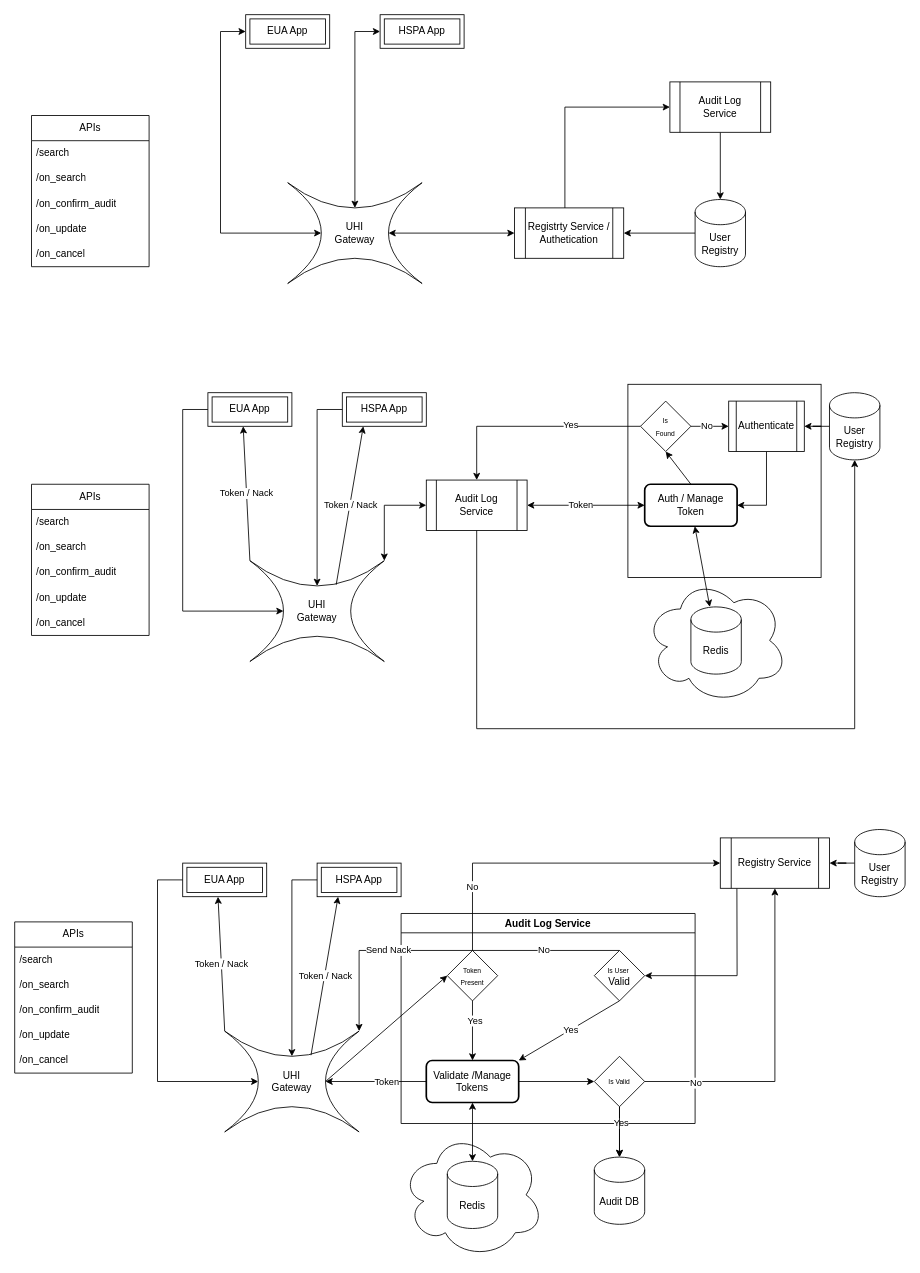
Above: Untitled Diagram.drawio in maddy23285/RomanianCoderExamples (draw.io), before the change. Source tidied: cells renumbered, new cells numbered last; positions are measured from the earlier drawing's top-left corner, leaving out a move shared by most shapes. Both pictures are drawn from the tidied source at 84%, with x=0, y=0 at pixel (14, 14).
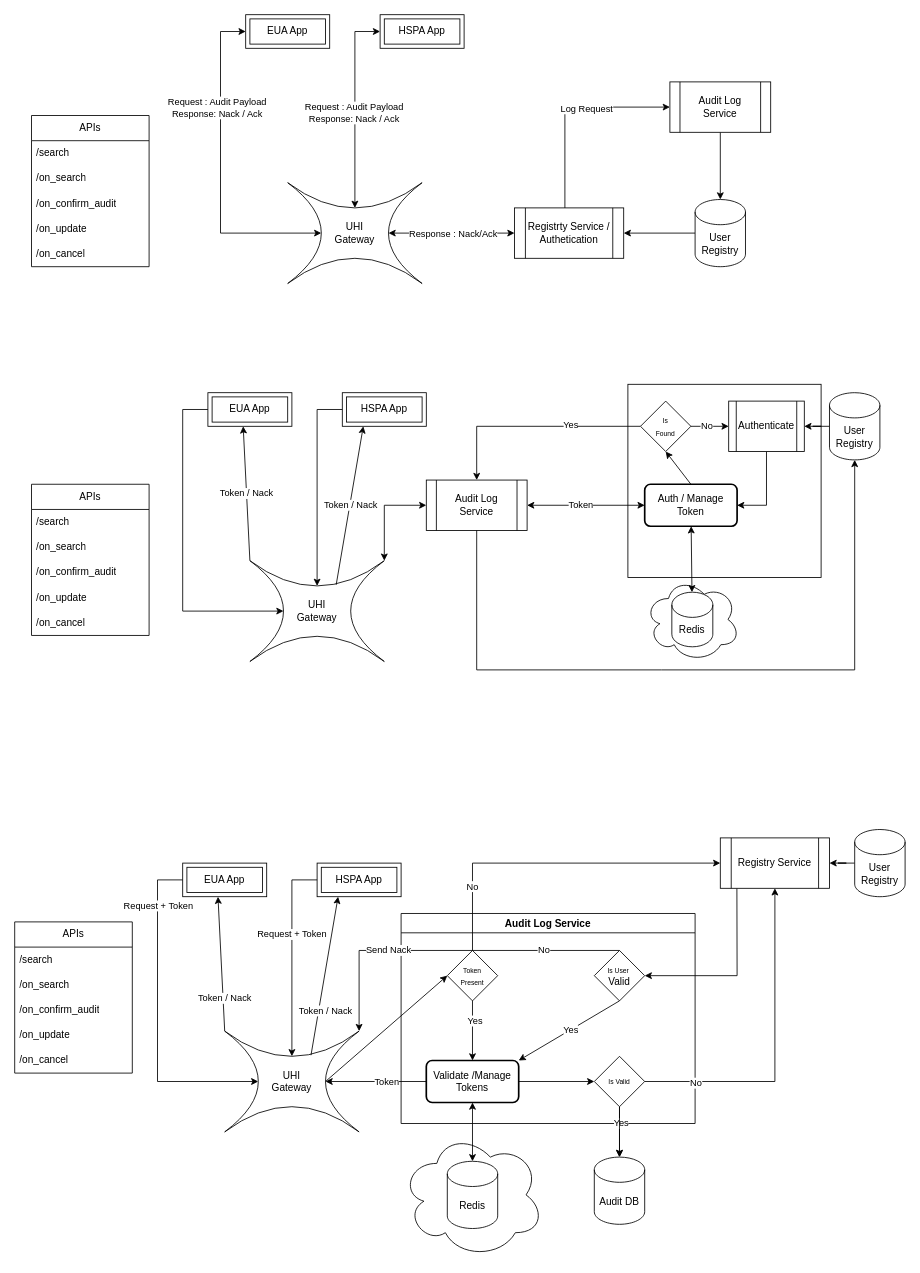
After the change.

The change refers to these unchanged cells:
```xml
<mxCell id="5" value="User Registry" style="shape=cylinder3;whiteSpace=wrap;html=1;boundedLbl=1;backgroundOutline=1;size=15;" parent="1" vertex="1">
  <mxGeometry x="970" y="450" width="60" height="80" as="geometry" />
</mxCell>
<mxCell id="7" value="Audit Log Service" style="shape=process;whiteSpace=wrap;html=1;backgroundOutline=1;" parent="1" vertex="1">
  <mxGeometry x="490" y="554" width="120" height="60" as="geometry" />
</mxCell>
<mxCell id="43" style="endArrow=classic;html=1;rounded=0;entryX=0;entryY=0.5;entryDx=0;entryDy=0;" parent="1" edge="1" target="39">
  <mxGeometry relative="1" as="geometry">
    <mxPoint x="655" y="230" as="sourcePoint" />
    <Array as="points">
      <mxPoint x="655" y="110" />
    </Array>
  </mxGeometry>
</mxCell>
<mxCell id="46" style="endArrow=classic;startArrow=classic;html=1;rounded=0;exitX=0.75;exitY=0.5;exitDx=0;exitDy=0;exitPerimeter=0;" parent="1" edge="1" source="37" target="42">
  <mxGeometry relative="1" as="geometry" />
</mxCell>
<mxCell id="47" style="endArrow=classic;startArrow=classic;html=1;rounded=0;exitX=0.5;exitY=0.25;exitDx=0;exitDy=0;exitPerimeter=0;" parent="1" edge="1" source="37">
  <mxGeometry relative="1" as="geometry">
    <mxPoint x="435" y="20" as="targetPoint" />
    <Array as="points">
      <mxPoint x="405" y="20" />
    </Array>
  </mxGeometry>
</mxCell>
<mxCell id="55" style="endArrow=classic;html=1;rounded=0;exitX=0;exitY=0.5;exitDx=0;exitDy=0;entryX=0.5;entryY=0.25;entryDx=0;entryDy=0;entryPerimeter=0;" parent="1" edge="1" source="54" target="52">
  <mxGeometry relative="1" as="geometry">
    <Array as="points">
      <mxPoint x="330" y="1030" />
    </Array>
  </mxGeometry>
</mxCell>
<mxCell id="58" style="endArrow=classic;html=1;rounded=0;entryX=0.25;entryY=1;entryDx=0;entryDy=0;exitX=0.642;exitY=0.239;exitDx=0;exitDy=0;exitPerimeter=0;" parent="1" edge="1" source="52" target="54">
  <mxGeometry relative="1" as="geometry" />
</mxCell>
<mxCell id="60" style="endArrow=classic;html=1;rounded=0;entryX=0.25;entryY=1;entryDx=0;entryDy=0;exitX=0;exitY=0;exitDx=0;exitDy=0;exitPerimeter=0;" parent="1" edge="1" source="52">
  <mxGeometry relative="1" as="geometry">
    <mxPoint x="242" y="1050" as="targetPoint" />
  </mxGeometry>
</mxCell>
```

The edit, as a diff of the source:
```diff
@@
     <mxCell id="2" style="ellipse;shape=cloud;whiteSpace=wrap;html=1;" parent="1" vertex="1">
-      <mxGeometry x="750" y="670" width="170" height="150" as="geometry" />
+      <mxGeometry x="750" y="670" width="113.3" height="100" as="geometry" />
     </mxCell>
@@
     <mxCell id="20" value="Redis" style="shape=cylinder3;whiteSpace=wrap;html=1;boundedLbl=1;backgroundOutline=1;size=15;" parent="1" vertex="1">
-      <mxGeometry x="805" y="705" width="60" height="80" as="geometry" />
+      <mxGeometry x="782.3" y="687.5" width="48.8" height="65" as="geometry" />
     </mxCell>
@@
     <mxCell id="30" style="endArrow=classic;html=1;rounded=0;exitX=0.5;exitY=1;exitDx=0;exitDy=0;entryX=0.5;entryY=1;entryDx=0;entryDy=0;entryPerimeter=0;" parent="1" edge="1" source="7" target="5">
       <mxGeometry relative="1" as="geometry">
         <Array as="points">
-          <mxPoint x="550" y="850" />
-          <mxPoint x="1000" y="850" />
+          <mxPoint x="550" y="780" />
+          <mxPoint x="770" y="780" />
+          <mxPoint x="1000" y="780" />
         </Array>
       </mxGeometry>
     </mxCell>
@@
+    <mxCell id="101" value="Log Request" style="edgeLabel;html=1;align=center;verticalAlign=middle;" parent="43" vertex="1">
+      <mxGeometry x="0.18" y="-1" relative="1" as="geometry" />
+    </mxCell>
@@
+    <mxCell id="102" value="Response : Nack/Ack" style="edgeLabel;html=1;align=center;verticalAlign=middle;" parent="46" vertex="1">
+      <mxGeometry x="0.01" relative="1" as="geometry" />
+    </mxCell>
@@
+    <mxCell id="103" value="Request : Audit Payload&lt;br&gt;Response: Nack / Ack" style="edgeLabel;html=1;align=center;verticalAlign=middle;" parent="47" vertex="1">
+      <mxGeometry x="-0.05" y="2" relative="1" as="geometry" />
+    </mxCell>
@@
+    <mxCell id="104" value="Request + Token" style="edgeLabel;html=1;align=center;verticalAlign=middle;" parent="55" vertex="1">
+      <mxGeometry x="-0.22" y="-1" relative="1" as="geometry" />
+    </mxCell>
@@
     <mxCell id="59" value="Token / Nack" style="edgeLabel;html=1;align=center;verticalAlign=middle;" parent="58" vertex="1">
-      <mxGeometry x="0.01" relative="1" as="geometry" />
+      <mxGeometry x="0.01" relative="1" as="geometry">
+        <mxPoint y="42" as="offset" />
+      </mxGeometry>
     </mxCell>
@@
     <mxCell id="61" value="Token / Nack" style="edgeLabel;html=1;align=center;verticalAlign=middle;" parent="60" vertex="1">
-      <mxGeometry x="0.01" relative="1" as="geometry" />
+      <mxGeometry x="0.01" relative="1" as="geometry">
+        <mxPoint x="4" y="41" as="offset" />
+      </mxGeometry>
     </mxCell>
@@
+    <mxCell id="105" value="Request : Audit Payload&lt;br&gt;Response: Nack / Ack" style="edgeLabel;html=1;align=center;verticalAlign=middle;" parent="1" vertex="1">
+      <mxGeometry x="240" y="110" as="geometry" />
+    </mxCell>
+    <mxCell id="106" value="Request + Token" style="edgeLabel;html=1;align=center;verticalAlign=middle;" parent="1" vertex="1">
+      <mxGeometry x="170" y="1060" as="geometry" />
+    </mxCell>
```
